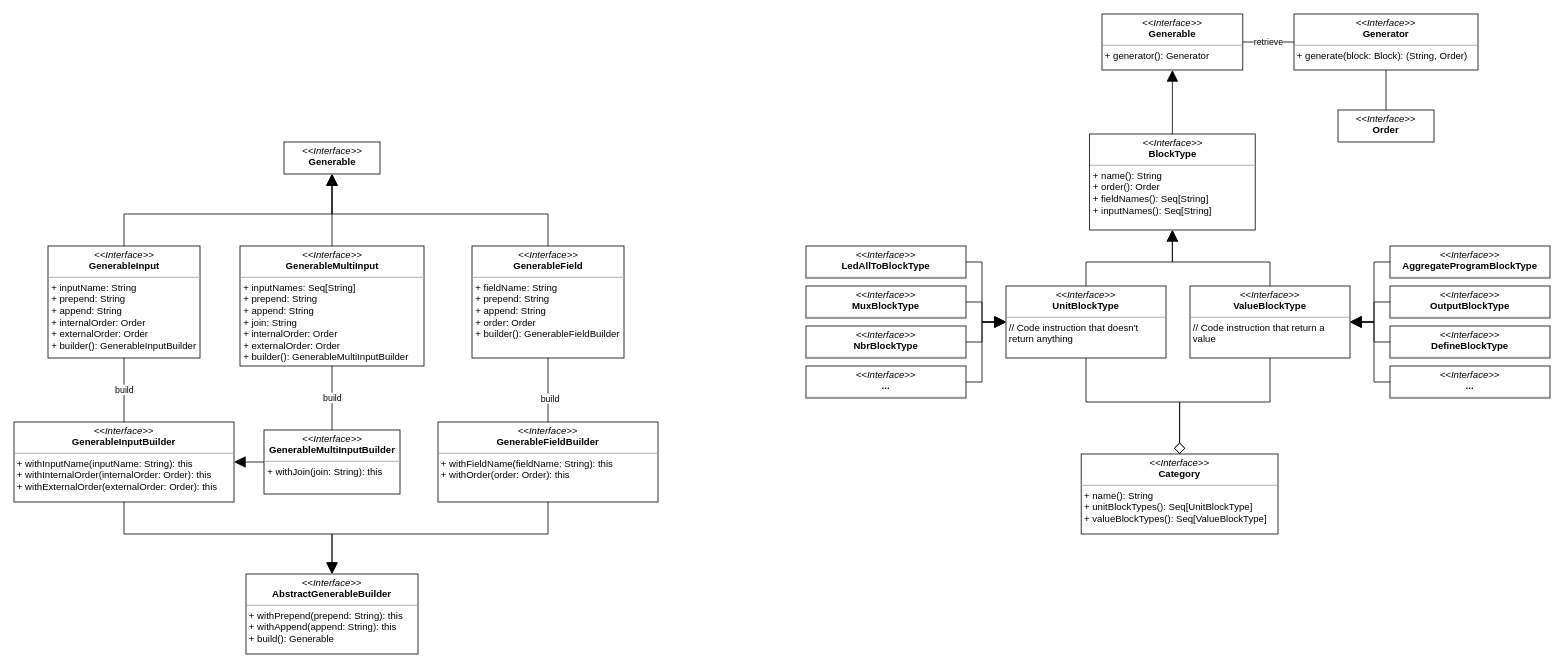
Earlier version of the draw.io diagram page "Classes" (1 of 2) of blockly2scafi.drawio (cric96/ScaFi-Blocks). Source tidied: cells renumbered, new cells numbered last; positions are measured from the earlier drawing's top-left corner, leaving out a move shared by most shapes. Both pictures are drawn from the tidied source at 80%, with x=0, y=0 at pixel (14, 14).
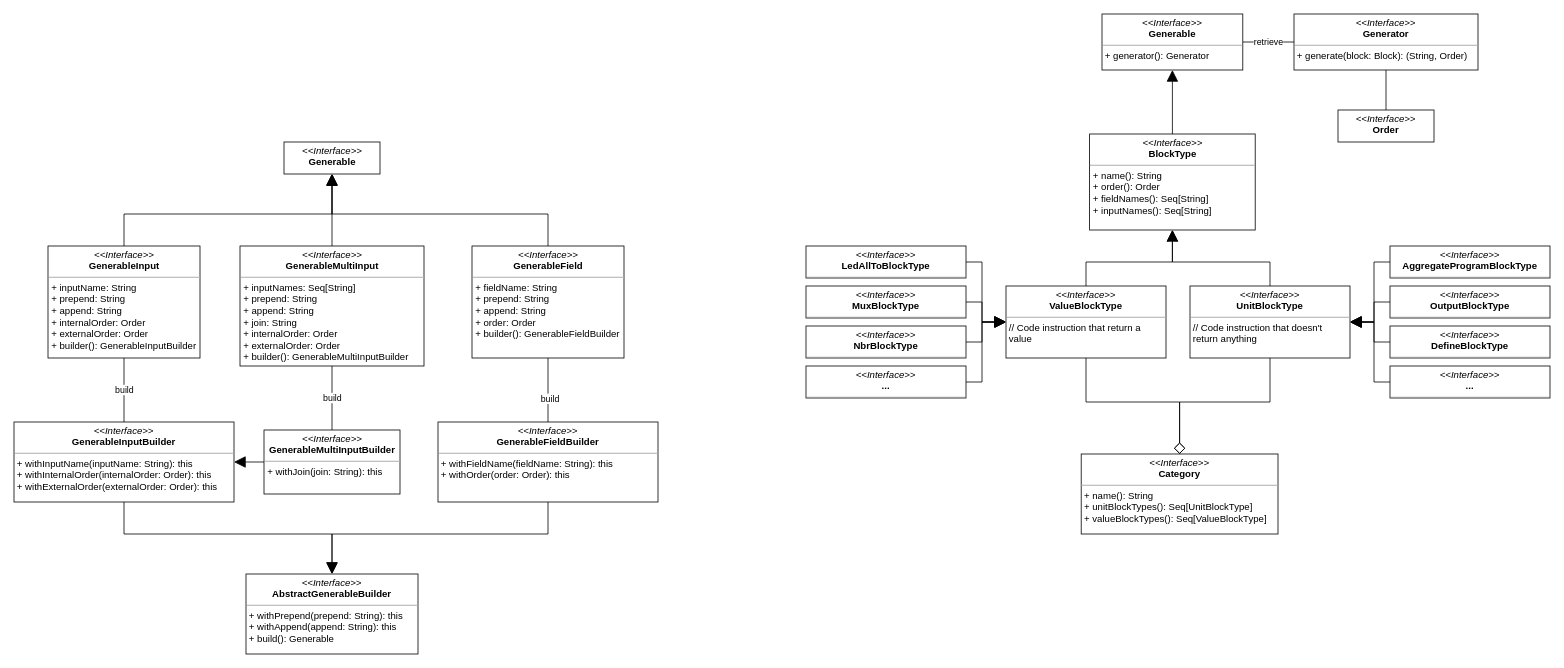
After the change.

What changed in the source:
```diff
@@
-    <mxCell id="10" value="&lt;p style=&quot;margin:0px;margin-top:4px;text-align:center;&quot;&gt;&lt;i&gt;&amp;lt;&amp;lt;Interface&amp;gt;&amp;gt;&lt;/i&gt;&lt;br&gt;&lt;b&gt;UnitBlockType&lt;/b&gt;&lt;/p&gt;&lt;hr size=&quot;1&quot;&gt;&lt;p style=&quot;margin:0px;margin-left:4px;&quot;&gt;// Code instruction that doesn't&amp;nbsp;&lt;br&gt;return anything&lt;/p&gt;" style="verticalAlign=top;align=left;overflow=fill;fontSize=12;fontFamily=Helvetica;html=1;" parent="1" vertex="1">
+    <mxCell id="10" value="&lt;p style=&quot;margin:0px;margin-top:4px;text-align:center;&quot;&gt;&lt;i&gt;&amp;lt;&amp;lt;Interface&amp;gt;&amp;gt;&lt;/i&gt;&lt;br&gt;&lt;b&gt;ValueBlockType&lt;/b&gt;&lt;/p&gt;&lt;hr size=&quot;1&quot;&gt;&lt;p style=&quot;margin:0px;margin-left:4px;&quot;&gt;// Code instruction that return a&amp;nbsp;&lt;br&gt;value&lt;br&gt;&lt;/p&gt;" style="verticalAlign=top;align=left;overflow=fill;fontSize=12;fontFamily=Helvetica;html=1;" parent="1" vertex="1">
       <mxGeometry x="1240" y="340" width="200" height="90" as="geometry" />
     </mxCell>
@@
-    <mxCell id="12" value="&lt;p style=&quot;margin:0px;margin-top:4px;text-align:center;&quot;&gt;&lt;i&gt;&amp;lt;&amp;lt;Interface&amp;gt;&amp;gt;&lt;/i&gt;&lt;br&gt;&lt;b&gt;ValueBlockType&lt;/b&gt;&lt;/p&gt;&lt;hr size=&quot;1&quot;&gt;&lt;p style=&quot;margin:0px;margin-left:4px;&quot;&gt;// Code instruction that return a&amp;nbsp;&lt;br&gt;value&lt;/p&gt;" style="verticalAlign=top;align=left;overflow=fill;fontSize=12;fontFamily=Helvetica;html=1;" parent="1" vertex="1">
+    <mxCell id="12" value="&lt;p style=&quot;margin:0px;margin-top:4px;text-align:center;&quot;&gt;&lt;i&gt;&amp;lt;&amp;lt;Interface&amp;gt;&amp;gt;&lt;/i&gt;&lt;br&gt;&lt;b&gt;UnitBlockType&lt;/b&gt;&lt;/p&gt;&lt;hr size=&quot;1&quot;&gt;&lt;p style=&quot;margin:0px;margin-left:4px;&quot;&gt;&lt;span style=&quot;background-color: initial;&quot;&gt;// Code instruction that doesn't&amp;nbsp;&lt;/span&gt;&lt;br&gt;&lt;/p&gt;&lt;p style=&quot;margin:0px;margin-left:4px;&quot;&gt;return anything&lt;br&gt;&lt;/p&gt;" style="verticalAlign=top;align=left;overflow=fill;fontSize=12;fontFamily=Helvetica;html=1;" parent="1" vertex="1">
       <mxGeometry x="1470" y="340" width="200" height="90" as="geometry" />
     </mxCell>
```
